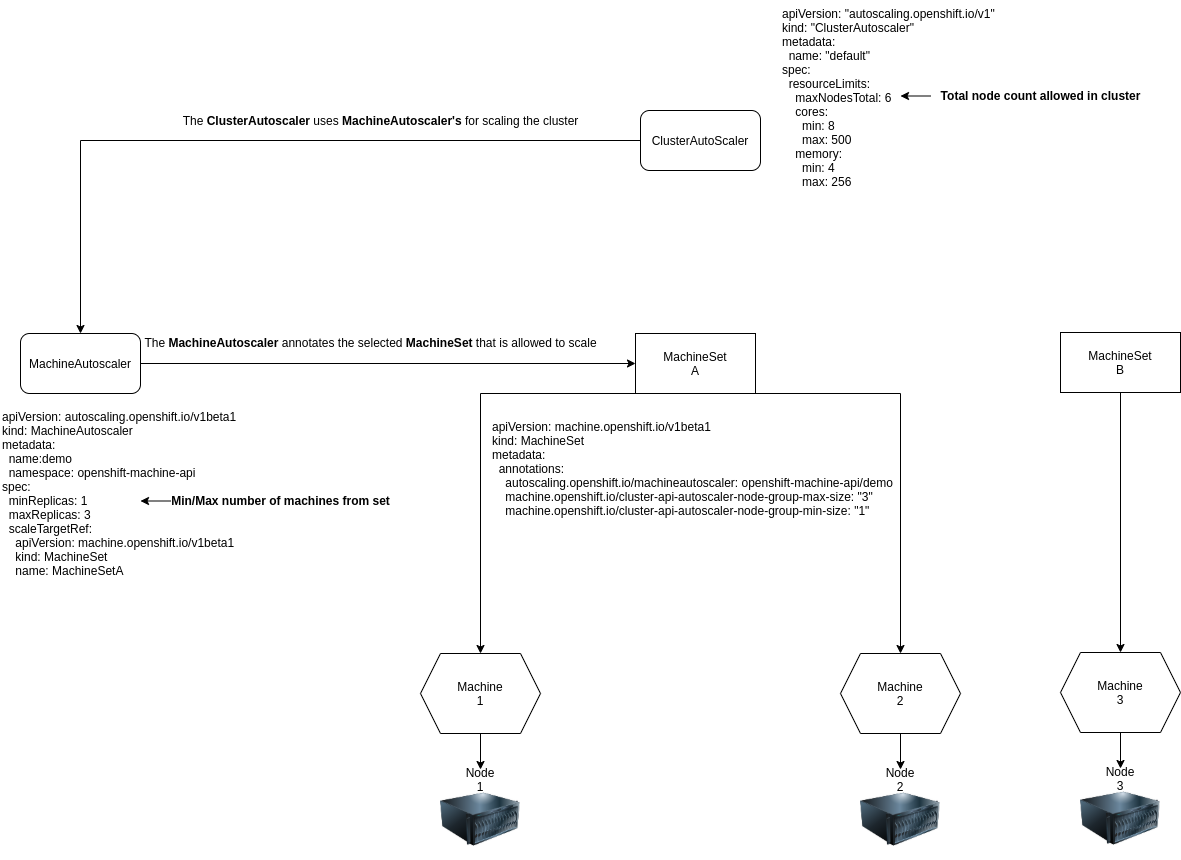
Before: demos/Machine-auto-scaling/images/machine-scaling-relations.png, a diagram exported from draw.io (Oscarlind/OpenShift). Source tidied: cells renumbered, new cells last; positions are measured from the earlier drawing's top-left corner, leaving out a move shared by most shapes. The source it was exported from:
```xml
<mxGraphModel>
  <root>
    <mxCell id="0" />
    <mxCell id="1" parent="0" />
    <mxCell id="2" style="edgeStyle=orthogonalEdgeStyle;rounded=0;jettySize=auto;html=1;exitX=0.5;exitY=1;exitDx=0;exitDy=0;entryX=0.5;entryY=0;entryDx=0;entryDy=0;" parent="1" edge="1" target="4">
      <mxGeometry relative="1" as="geometry">
        <mxPoint x="740" y="393" as="sourcePoint" />
        <Array as="points">
          <mxPoint x="900" y="393" />
        </Array>
      </mxGeometry>
    </mxCell>
    <mxCell id="3" style="edgeStyle=orthogonalEdgeStyle;rounded=0;jettySize=auto;html=1;exitX=0.5;exitY=1;exitDx=0;exitDy=0;entryX=0.5;entryY=0;entryDx=0;entryDy=0;" parent="1" edge="1" source="4" target="17">
      <mxGeometry relative="1" as="geometry" />
    </mxCell>
    <mxCell id="4" style="shape=hexagon;perimeter=hexagonPerimeter2;whiteSpace=wrap;html=1;fixedSize=1;" parent="1" vertex="1">
      <mxGeometry x="840" y="653" width="120" height="80" as="geometry" />
    </mxCell>
    <mxCell id="5" value="Machine 2" style="text;html=1;strokeColor=none;fillColor=none;align=center;verticalAlign=middle;whiteSpace=wrap;rounded=0;" parent="1" vertex="1">
      <mxGeometry x="880" y="683" width="40" height="20" as="geometry" />
    </mxCell>
    <mxCell id="6" style="edgeStyle=orthogonalEdgeStyle;rounded=0;jettySize=auto;html=1;exitX=0.5;exitY=1;exitDx=0;exitDy=0;entryX=0.5;entryY=0;entryDx=0;entryDy=0;" parent="1" edge="1" source="7" target="18">
      <mxGeometry relative="1" as="geometry" />
    </mxCell>
    <mxCell id="7" style="shape=hexagon;perimeter=hexagonPerimeter2;whiteSpace=wrap;html=1;fixedSize=1;" parent="1" vertex="1">
      <mxGeometry x="1060" y="652" width="120" height="80" as="geometry" />
    </mxCell>
    <mxCell id="8" value="Machine 3" style="text;html=1;strokeColor=none;fillColor=none;align=center;verticalAlign=middle;whiteSpace=wrap;rounded=0;" parent="1" vertex="1">
      <mxGeometry x="1100" y="682" width="40" height="20" as="geometry" />
    </mxCell>
    <mxCell id="9" style="edgeStyle=orthogonalEdgeStyle;rounded=0;jettySize=auto;html=1;exitX=0.5;exitY=1;exitDx=0;exitDy=0;entryX=0.5;entryY=0;entryDx=0;entryDy=0;" parent="1" edge="1" target="11">
      <mxGeometry relative="1" as="geometry">
        <mxPoint x="640" y="393" as="sourcePoint" />
      </mxGeometry>
    </mxCell>
    <mxCell id="10" style="edgeStyle=orthogonalEdgeStyle;rounded=0;jettySize=auto;html=1;exitX=0.5;exitY=1;exitDx=0;exitDy=0;entryX=0.5;entryY=0;entryDx=0;entryDy=0;" parent="1" edge="1" source="11" target="16">
      <mxGeometry relative="1" as="geometry" />
    </mxCell>
    <mxCell id="11" style="shape=hexagon;perimeter=hexagonPerimeter2;whiteSpace=wrap;html=1;fixedSize=1;" parent="1" vertex="1">
      <mxGeometry x="420" y="653" width="120" height="80" as="geometry" />
    </mxCell>
    <mxCell id="12" value="Machine 1" style="text;html=1;strokeColor=none;fillColor=none;align=center;verticalAlign=middle;whiteSpace=wrap;rounded=0;" parent="1" vertex="1">
      <mxGeometry x="460" y="683" width="40" height="20" as="geometry" />
    </mxCell>
    <mxCell id="13" style="image;html=1;image=img/lib/clip_art/computers/Server_128x128.png;" parent="1" vertex="1">
      <mxGeometry x="440" y="779" width="80" height="80" as="geometry" />
    </mxCell>
    <mxCell id="14" style="image;html=1;image=img/lib/clip_art/computers/Server_128x128.png;" parent="1" vertex="1">
      <mxGeometry x="860" y="779" width="80" height="80" as="geometry" />
    </mxCell>
    <mxCell id="15" style="image;html=1;image=img/lib/clip_art/computers/Server_128x128.png;" parent="1" vertex="1">
      <mxGeometry x="1080" y="778" width="80" height="80" as="geometry" />
    </mxCell>
    <mxCell id="16" value="Node 1" style="text;html=1;strokeColor=none;fillColor=none;align=center;verticalAlign=middle;whiteSpace=wrap;rounded=0;" parent="1" vertex="1">
      <mxGeometry x="460" y="769" width="40" height="20" as="geometry" />
    </mxCell>
    <mxCell id="17" value="Node 2" style="text;html=1;strokeColor=none;fillColor=none;align=center;verticalAlign=middle;whiteSpace=wrap;rounded=0;" parent="1" vertex="1">
      <mxGeometry x="880" y="769" width="40" height="20" as="geometry" />
    </mxCell>
    <mxCell id="18" value="Node 3" style="text;html=1;strokeColor=none;fillColor=none;align=center;verticalAlign=middle;whiteSpace=wrap;rounded=0;" parent="1" vertex="1">
      <mxGeometry x="1100" y="768" width="40" height="20" as="geometry" />
    </mxCell>
    <mxCell id="19" style="rounded=0;whiteSpace=wrap;html=1;" parent="1" vertex="1">
      <mxGeometry x="635" y="333" width="120" height="60" as="geometry" />
    </mxCell>
    <mxCell id="20" value="MachineSet&lt;br&gt;A" style="text;html=1;strokeColor=none;fillColor=none;align=center;verticalAlign=middle;whiteSpace=wrap;rounded=0;" parent="1" vertex="1">
      <mxGeometry x="675" y="351.5" width="40" height="23" as="geometry" />
    </mxCell>
    <mxCell id="21" style="rounded=0;whiteSpace=wrap;html=1;" parent="1" vertex="1">
      <mxGeometry x="1060" y="332" width="120" height="60" as="geometry" />
    </mxCell>
    <mxCell id="22" value="MachineSet&lt;br&gt;B" style="text;html=1;strokeColor=none;fillColor=none;align=center;verticalAlign=middle;whiteSpace=wrap;rounded=0;" parent="1" vertex="1">
      <mxGeometry x="1100" y="352" width="40" height="20" as="geometry" />
    </mxCell>
    <mxCell id="23" style="endArrow=classic;html=1;entryX=0.5;entryY=1;entryDx=0;entryDy=0;exitX=0.5;exitY=1;exitDx=0;exitDy=0;" parent="1" edge="1" source="21">
      <mxGeometry relative="1" as="geometry">
        <mxPoint x="1120" y="652" as="targetPoint" />
      </mxGeometry>
    </mxCell>
    <mxCell id="24" style="edgeStyle=orthogonalEdgeStyle;rounded=0;jettySize=auto;html=1;exitX=1;exitY=0.5;exitDx=0;exitDy=0;entryX=0;entryY=0.5;entryDx=0;entryDy=0;" parent="1" edge="1" source="25" target="19">
      <mxGeometry relative="1" as="geometry" />
    </mxCell>
    <mxCell id="25" value="MachineAutoscaler" style="rounded=1;whiteSpace=wrap;html=1;" parent="1" vertex="1">
      <mxGeometry x="20" y="333" width="120" height="60" as="geometry" />
    </mxCell>
    <mxCell id="26" value="apiVersion: autoscaling.openshift.io/v1beta1&lt;br&gt;kind: MachineAutoscaler&lt;br&gt;metadata:&lt;br&gt;&amp;nbsp; name:demo&lt;br&gt;&amp;nbsp; namespace: openshift-machine-api&lt;br&gt;spec:&lt;br&gt;&amp;nbsp; minReplicas: 1&lt;br&gt;&amp;nbsp; maxReplicas: 3&lt;br&gt;&amp;nbsp; scaleTargetRef:&lt;br&gt;&amp;nbsp; &amp;nbsp; apiVersion: machine.openshift.io/v1beta1&lt;br&gt;&amp;nbsp; &amp;nbsp; kind: MachineSet&lt;br&gt;&amp;nbsp; &amp;nbsp; name: MachineSetA" style="text;whiteSpace=wrap;html=1;" parent="1" vertex="1">
      <mxGeometry y="403" width="260" height="180" as="geometry" />
    </mxCell>
    <mxCell id="27" style="edgeStyle=orthogonalEdgeStyle;rounded=0;jettySize=auto;html=1;exitX=0;exitY=0.5;exitDx=0;exitDy=0;" parent="1" edge="1" source="28" target="25">
      <mxGeometry relative="1" as="geometry" />
    </mxCell>
    <mxCell id="28" value="ClusterAutoScaler" style="rounded=1;whiteSpace=wrap;html=1;" parent="1" vertex="1">
      <mxGeometry x="640" y="110" width="120" height="60" as="geometry" />
    </mxCell>
    <mxCell id="29" value="apiVersion: &quot;autoscaling.openshift.io/v1&quot;&lt;br&gt;kind: &quot;ClusterAutoscaler&quot;&lt;br&gt;metadata:&lt;br&gt;&amp;nbsp; name: &quot;default&quot;&lt;br&gt;spec:&lt;br&gt;&amp;nbsp; resourceLimits:&lt;br&gt;&amp;nbsp; &amp;nbsp; maxNodesTotal: 6&lt;br&gt;&amp;nbsp; &amp;nbsp; cores:&lt;br&gt;&amp;nbsp; &amp;nbsp; &amp;nbsp; min: 8&lt;br&gt;&amp;nbsp; &amp;nbsp; &amp;nbsp; max: 500&lt;br&gt;&amp;nbsp; &amp;nbsp; memory:&lt;br&gt;&amp;nbsp; &amp;nbsp; &amp;nbsp; min: 4&lt;br&gt;&amp;nbsp; &amp;nbsp; &amp;nbsp; max: 256&lt;br&gt;&amp;nbsp;" style="text;whiteSpace=wrap;html=1;" parent="1" vertex="1">
      <mxGeometry x="780" width="240" height="220" as="geometry" />
    </mxCell>
    <mxCell id="30" value="apiVersion: machine.openshift.io/v1beta1&lt;br&gt;kind: MachineSet&lt;br&gt;metadata:&lt;br&gt;&amp;nbsp; annotations:&lt;br&gt;&amp;nbsp; &amp;nbsp; autoscaling.openshift.io/machineautoscaler: openshift-machine-api/demo&lt;br&gt;&amp;nbsp; &amp;nbsp; machine.openshift.io/cluster-api-autoscaler-node-group-max-size: &quot;3&quot;&lt;br&gt;&amp;nbsp; &amp;nbsp; machine.openshift.io/cluster-api-autoscaler-node-group-min-size: &quot;1&quot;" style="text;whiteSpace=wrap;html=1;" parent="1" vertex="1">
      <mxGeometry x="490" y="413" width="410" height="117" as="geometry" />
    </mxCell>
    <mxCell id="31" value="The &lt;b&gt;ClusterAutoscaler&lt;/b&gt; uses&amp;nbsp;&lt;b&gt;MachineAutoscaler's&lt;/b&gt; for scaling the cluster" style="text;html=1;align=center;verticalAlign=middle;strokeColor=none;" parent="1" vertex="1">
      <mxGeometry x="175" y="110" width="410" height="20" as="geometry" />
    </mxCell>
    <mxCell id="32" value="The &lt;b&gt;MachineAutoscaler&lt;/b&gt; annotates the selected &lt;b&gt;MachineSet&lt;/b&gt; that is allowed to scale" style="text;html=1;align=center;verticalAlign=middle;strokeColor=none;" parent="1" vertex="1">
      <mxGeometry x="135" y="331.5" width="470" height="20" as="geometry" />
    </mxCell>
    <mxCell id="33" value="&lt;b&gt;Total node count allowed in cluster&lt;/b&gt;" style="text;html=1;align=center;verticalAlign=middle;strokeColor=none;" parent="1" vertex="1">
      <mxGeometry x="930" y="85" width="220" height="20" as="geometry" />
    </mxCell>
    <mxCell id="34" style="endArrow=classic;html=1;" parent="1" edge="1">
      <mxGeometry relative="1" as="geometry">
        <mxPoint x="930" y="95.5" as="sourcePoint" />
        <mxPoint x="900" y="95.5" as="targetPoint" />
      </mxGeometry>
    </mxCell>
    <mxCell id="35" value="&lt;b&gt;Min/Max number of machines from set&lt;/b&gt;" style="text;html=1;align=center;verticalAlign=middle;strokeColor=none;" parent="1" vertex="1">
      <mxGeometry x="165" y="490" width="230" height="20" as="geometry" />
    </mxCell>
    <mxCell id="36" style="endArrow=classic;html=1;" parent="1" edge="1">
      <mxGeometry relative="1" as="geometry">
        <mxPoint x="170" y="500.5" as="sourcePoint" />
        <mxPoint x="140" y="500.5" as="targetPoint" />
      </mxGeometry>
    </mxCell>
  </root>
</mxGraphModel>
```
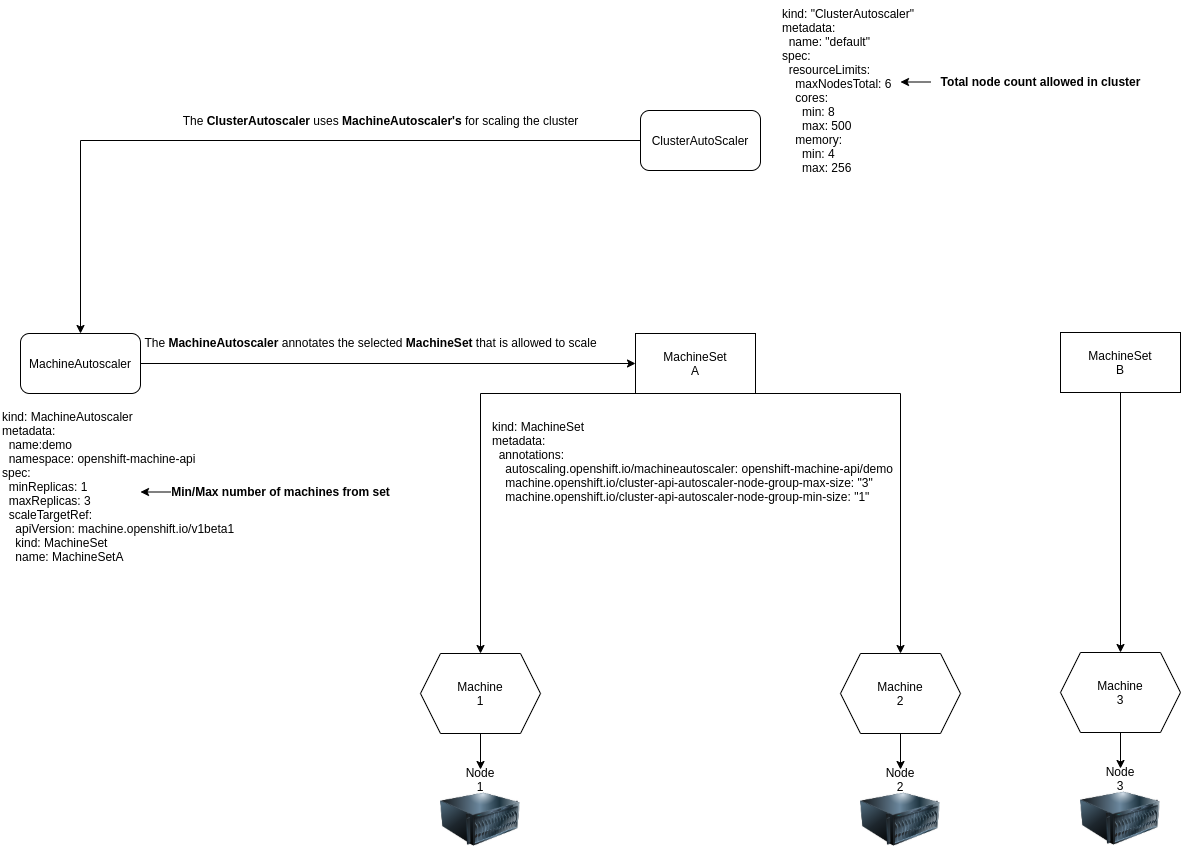
After the change.

Diff of the diagram source:
```diff
@@ -83,7 +83,7 @@
     <mxCell id="25" value="MachineAutoscaler" style="rounded=1;whiteSpace=wrap;html=1;" parent="1" vertex="1">
       <mxGeometry x="20" y="333" width="120" height="60" as="geometry" />
     </mxCell>
-    <mxCell id="26" value="apiVersion: autoscaling.openshift.io/v1beta1&lt;br&gt;kind: MachineAutoscaler&lt;br&gt;metadata:&lt;br&gt;&amp;nbsp; name:demo&lt;br&gt;&amp;nbsp; namespace: openshift-machine-api&lt;br&gt;spec:&lt;br&gt;&amp;nbsp; minReplicas: 1&lt;br&gt;&amp;nbsp; maxReplicas: 3&lt;br&gt;&amp;nbsp; scaleTargetRef:&lt;br&gt;&amp;nbsp; &amp;nbsp; apiVersion: machine.openshift.io/v1beta1&lt;br&gt;&amp;nbsp; &amp;nbsp; kind: MachineSet&lt;br&gt;&amp;nbsp; &amp;nbsp; name: MachineSetA" style="text;whiteSpace=wrap;html=1;" parent="1" vertex="1">
+    <mxCell id="26" value="kind: MachineAutoscaler&lt;br&gt;metadata:&lt;br&gt;&amp;nbsp; name:demo&lt;br&gt;&amp;nbsp; namespace: openshift-machine-api&lt;br&gt;spec:&lt;br&gt;&amp;nbsp; minReplicas: 1&lt;br&gt;&amp;nbsp; maxReplicas: 3&lt;br&gt;&amp;nbsp; scaleTargetRef:&lt;br&gt;&amp;nbsp; &amp;nbsp; apiVersion: machine.openshift.io/v1beta1&lt;br&gt;&amp;nbsp; &amp;nbsp; kind: MachineSet&lt;br&gt;&amp;nbsp; &amp;nbsp; name: MachineSetA" style="text;whiteSpace=wrap;html=1;" parent="1" vertex="1">
       <mxGeometry y="403" width="260" height="180" as="geometry" />
     </mxCell>
     <mxCell id="27" style="edgeStyle=orthogonalEdgeStyle;rounded=0;jettySize=auto;html=1;exitX=0;exitY=0.5;exitDx=0;exitDy=0;" parent="1" edge="1" source="28" target="25">
@@ -92,10 +92,10 @@
     <mxCell id="28" value="ClusterAutoScaler" style="rounded=1;whiteSpace=wrap;html=1;" parent="1" vertex="1">
       <mxGeometry x="640" y="110" width="120" height="60" as="geometry" />
     </mxCell>
-    <mxCell id="29" value="apiVersion: &quot;autoscaling.openshift.io/v1&quot;&lt;br&gt;kind: &quot;ClusterAutoscaler&quot;&lt;br&gt;metadata:&lt;br&gt;&amp;nbsp; name: &quot;default&quot;&lt;br&gt;spec:&lt;br&gt;&amp;nbsp; resourceLimits:&lt;br&gt;&amp;nbsp; &amp;nbsp; maxNodesTotal: 6&lt;br&gt;&amp;nbsp; &amp;nbsp; cores:&lt;br&gt;&amp;nbsp; &amp;nbsp; &amp;nbsp; min: 8&lt;br&gt;&amp;nbsp; &amp;nbsp; &amp;nbsp; max: 500&lt;br&gt;&amp;nbsp; &amp;nbsp; memory:&lt;br&gt;&amp;nbsp; &amp;nbsp; &amp;nbsp; min: 4&lt;br&gt;&amp;nbsp; &amp;nbsp; &amp;nbsp; max: 256&lt;br&gt;&amp;nbsp;" style="text;whiteSpace=wrap;html=1;" parent="1" vertex="1">
+    <mxCell id="29" value="kind: &quot;ClusterAutoscaler&quot;&lt;br&gt;metadata:&lt;br&gt;&amp;nbsp; name: &quot;default&quot;&lt;br&gt;spec:&lt;br&gt;&amp;nbsp; resourceLimits:&lt;br&gt;&amp;nbsp; &amp;nbsp; maxNodesTotal: 6&lt;br&gt;&amp;nbsp; &amp;nbsp; cores:&lt;br&gt;&amp;nbsp; &amp;nbsp; &amp;nbsp; min: 8&lt;br&gt;&amp;nbsp; &amp;nbsp; &amp;nbsp; max: 500&lt;br&gt;&amp;nbsp; &amp;nbsp; memory:&lt;br&gt;&amp;nbsp; &amp;nbsp; &amp;nbsp; min: 4&lt;br&gt;&amp;nbsp; &amp;nbsp; &amp;nbsp; max: 256&lt;br&gt;&amp;nbsp;" style="text;whiteSpace=wrap;html=1;" parent="1" vertex="1">
       <mxGeometry x="780" width="240" height="220" as="geometry" />
     </mxCell>
-    <mxCell id="30" value="apiVersion: machine.openshift.io/v1beta1&lt;br&gt;kind: MachineSet&lt;br&gt;metadata:&lt;br&gt;&amp;nbsp; annotations:&lt;br&gt;&amp;nbsp; &amp;nbsp; autoscaling.openshift.io/machineautoscaler: openshift-machine-api/demo&lt;br&gt;&amp;nbsp; &amp;nbsp; machine.openshift.io/cluster-api-autoscaler-node-group-max-size: &quot;3&quot;&lt;br&gt;&amp;nbsp; &amp;nbsp; machine.openshift.io/cluster-api-autoscaler-node-group-min-size: &quot;1&quot;" style="text;whiteSpace=wrap;html=1;" parent="1" vertex="1">
+    <mxCell id="30" value="kind: MachineSet&lt;br&gt;metadata:&lt;br&gt;&amp;nbsp; annotations:&lt;br&gt;&amp;nbsp; &amp;nbsp; autoscaling.openshift.io/machineautoscaler: openshift-machine-api/demo&lt;br&gt;&amp;nbsp; &amp;nbsp; machine.openshift.io/cluster-api-autoscaler-node-group-max-size: &quot;3&quot;&lt;br&gt;&amp;nbsp; &amp;nbsp; machine.openshift.io/cluster-api-autoscaler-node-group-min-size: &quot;1&quot;" style="text;whiteSpace=wrap;html=1;" parent="1" vertex="1">
       <mxGeometry x="490" y="413" width="410" height="117" as="geometry" />
     </mxCell>
     <mxCell id="31" value="The &lt;b&gt;ClusterAutoscaler&lt;/b&gt; uses&amp;nbsp;&lt;b&gt;MachineAutoscaler's&lt;/b&gt; for scaling the cluster" style="text;html=1;align=center;verticalAlign=middle;strokeColor=none;" parent="1" vertex="1">
@@ -105,21 +105,21 @@
       <mxGeometry x="135" y="331.5" width="470" height="20" as="geometry" />
     </mxCell>
     <mxCell id="33" value="&lt;b&gt;Total node count allowed in cluster&lt;/b&gt;" style="text;html=1;align=center;verticalAlign=middle;strokeColor=none;" parent="1" vertex="1">
-      <mxGeometry x="930" y="85" width="220" height="20" as="geometry" />
+      <mxGeometry x="930" y="71" width="220" height="20" as="geometry" />
     </mxCell>
     <mxCell id="34" style="endArrow=classic;html=1;" parent="1" edge="1">
       <mxGeometry relative="1" as="geometry">
-        <mxPoint x="930" y="95.5" as="sourcePoint" />
-        <mxPoint x="900" y="95.5" as="targetPoint" />
+        <mxPoint x="930" y="81.5" as="sourcePoint" />
+        <mxPoint x="900" y="81.5" as="targetPoint" />
       </mxGeometry>
     </mxCell>
     <mxCell id="35" value="&lt;b&gt;Min/Max number of machines from set&lt;/b&gt;" style="text;html=1;align=center;verticalAlign=middle;strokeColor=none;" parent="1" vertex="1">
-      <mxGeometry x="165" y="490" width="230" height="20" as="geometry" />
+      <mxGeometry x="165" y="481" width="230" height="20" as="geometry" />
     </mxCell>
     <mxCell id="36" style="endArrow=classic;html=1;" parent="1" edge="1">
       <mxGeometry relative="1" as="geometry">
-        <mxPoint x="170" y="500.5" as="sourcePoint" />
-        <mxPoint x="140" y="500.5" as="targetPoint" />
+        <mxPoint x="170" y="491.5" as="sourcePoint" />
+        <mxPoint x="140" y="491.5" as="targetPoint" />
       </mxGeometry>
     </mxCell>
   </root>
```
